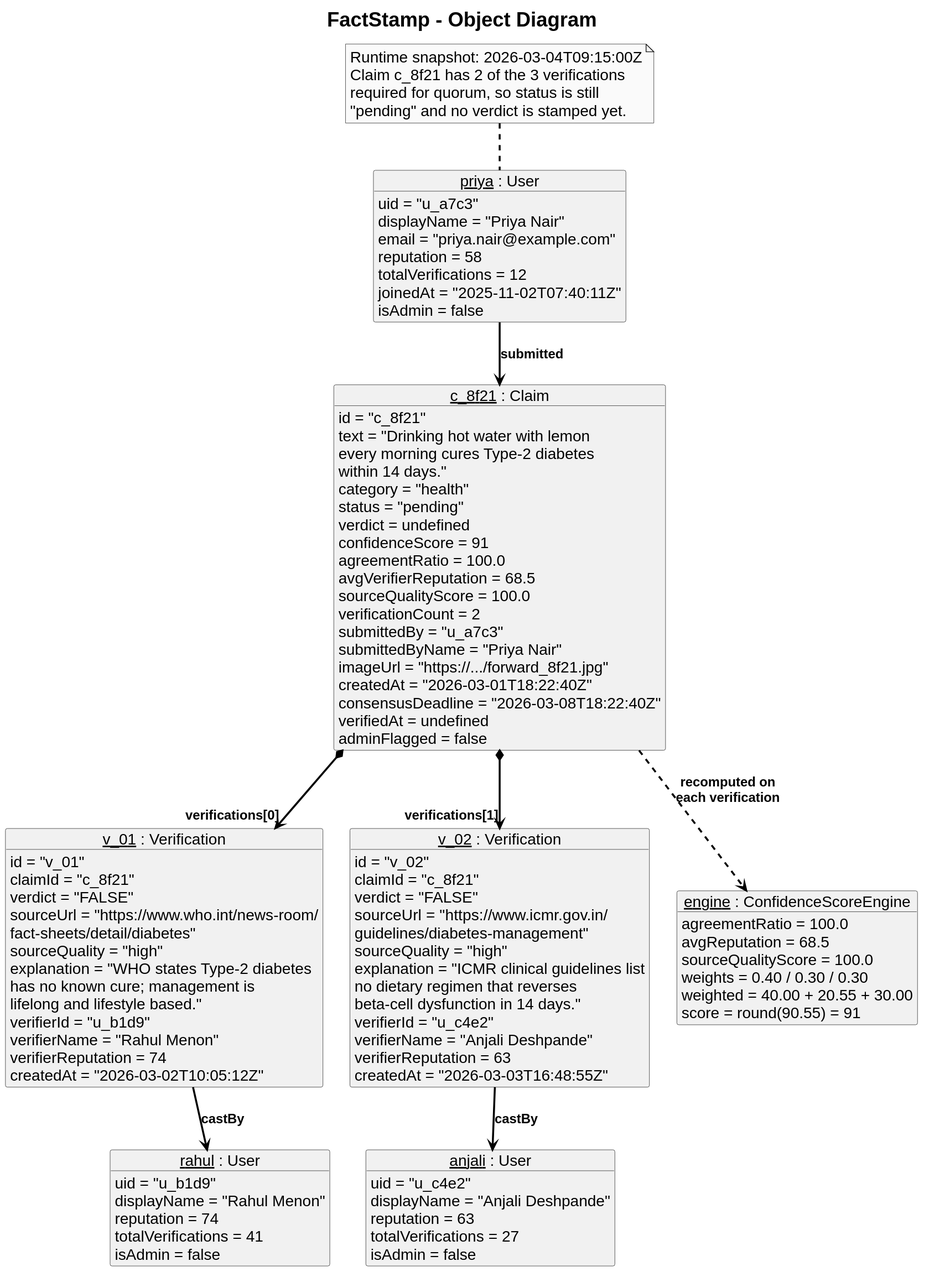
aadish0day/typst keeps this PlantUML diagram as FactStamp/black_book_draft/03_Requirements_and_Analysis/attachments/object_diagram.svg. Above is the earlier version. The source it was exported from:
```plantuml
@startuml
skinparam style strictuml
skinparam monochrome true
skinparam defaultFontName "Liberation Sans"
skinparam defaultFontSize 20
skinparam defaultFontStyle bold
skinparam titleFontSize 26
skinparam titleFontStyle bold

skinparam backgroundColor white
skinparam ArrowColor black
skinparam ArrowThickness 2.5
skinparam ArrowFontSize 17
skinparam ArrowFontStyle bold

skinparam EntityBorderColor black
skinparam EntityBorderThickness 2.5
skinparam EntityBackgroundColor #F8F9FA
skinparam EntityFontSize 22
skinparam EntityFontStyle bold

skinparam ClassBorderColor black
skinparam ClassBorderThickness 2.5
skinparam ClassBackgroundColor #F8F9FA
skinparam ClassFontSize 22
skinparam ClassFontStyle bold
skinparam ClassAttributeFontSize 18

title FactStamp - Object Diagram

note as SnapshotNote
  Runtime snapshot: 2026-03-04T09:15:00Z
  Claim c_8f21 has 2 of the 3 verifications
  required for quorum, so status is still
  "pending" and no verdict is stamped yet.
end note

object "priya : User" as submitter {
  uid = "u_a7c3"
  displayName = "Priya Nair"
  email = "priya.nair@example.com"
  reputation = 58
  totalVerifications = 12
  joinedAt = "2025-11-02T07:40:11Z"
  isAdmin = false
}

object "c_8f21 : Claim" as claim {
  id = "c_8f21"
  text = "Drinking hot water with lemon
  every morning cures Type-2 diabetes
  within 14 days."
  category = "health"
  status = "pending"
  verdict = undefined
  confidenceScore = 91
  agreementRatio = 100.0
  avgVerifierReputation = 68.5
  sourceQualityScore = 100.0
  verificationCount = 2
  submittedBy = "u_a7c3"
  submittedByName = "Priya Nair"
  imageUrl = "https://.../forward_8f21.jpg"
  createdAt = "2026-03-01T18:22:40Z"
  consensusDeadline = "2026-03-08T18:22:40Z"
  verifiedAt = undefined
  adminFlagged = false
}

object "v_01 : Verification" as v1 {
  id = "v_01"
  claimId = "c_8f21"
  verdict = "FALSE"
  sourceUrl = "https://www.who.int/news-room/
  fact-sheets/detail/diabetes"
  sourceQuality = "high"
  explanation = "WHO states Type-2 diabetes
  has no known cure; management is
  lifelong and lifestyle based."
  verifierId = "u_b1d9"
  verifierName = "Rahul Menon"
  verifierReputation = 74
  createdAt = "2026-03-02T10:05:12Z"
}

object "v_02 : Verification" as v2 {
  id = "v_02"
  claimId = "c_8f21"
  verdict = "FALSE"
  sourceUrl = "https://www.icmr.gov.in/
  guidelines/diabetes-management"
  sourceQuality = "high"
  explanation = "ICMR clinical guidelines list
  no dietary regimen that reverses
  beta-cell dysfunction in 14 days."
  verifierId = "u_c4e2"
  verifierName = "Anjali Deshpande"
  verifierReputation = 63
  createdAt = "2026-03-03T16:48:55Z"
}

object "rahul : User" as verifier1 {
  uid = "u_b1d9"
  displayName = "Rahul Menon"
  reputation = 74
  totalVerifications = 41
  isAdmin = false
}

object "anjali : User" as verifier2 {
  uid = "u_c4e2"
  displayName = "Anjali Deshpande"
  reputation = 63
  totalVerifications = 27
  isAdmin = false
}

object "engine : ConfidenceScoreEngine" as engine {
  agreementRatio = 100.0
  avgReputation = 68.5
  sourceQualityScore = 100.0
  weights = 0.40 / 0.30 / 0.30
  weighted = 40.00 + 20.55 + 30.00
  score = round(90.55) = 91
}

SnapshotNote .. submitter
submitter --> claim : submitted
claim *--> "verifications[0]" v1
claim *--> "verifications[1]" v2
claim ..> engine : recomputed on\neach verification
v1 --> verifier1 : castBy
v2 --> verifier2 : castBy

verifier1 -[hidden]right- verifier2
@enduml
```
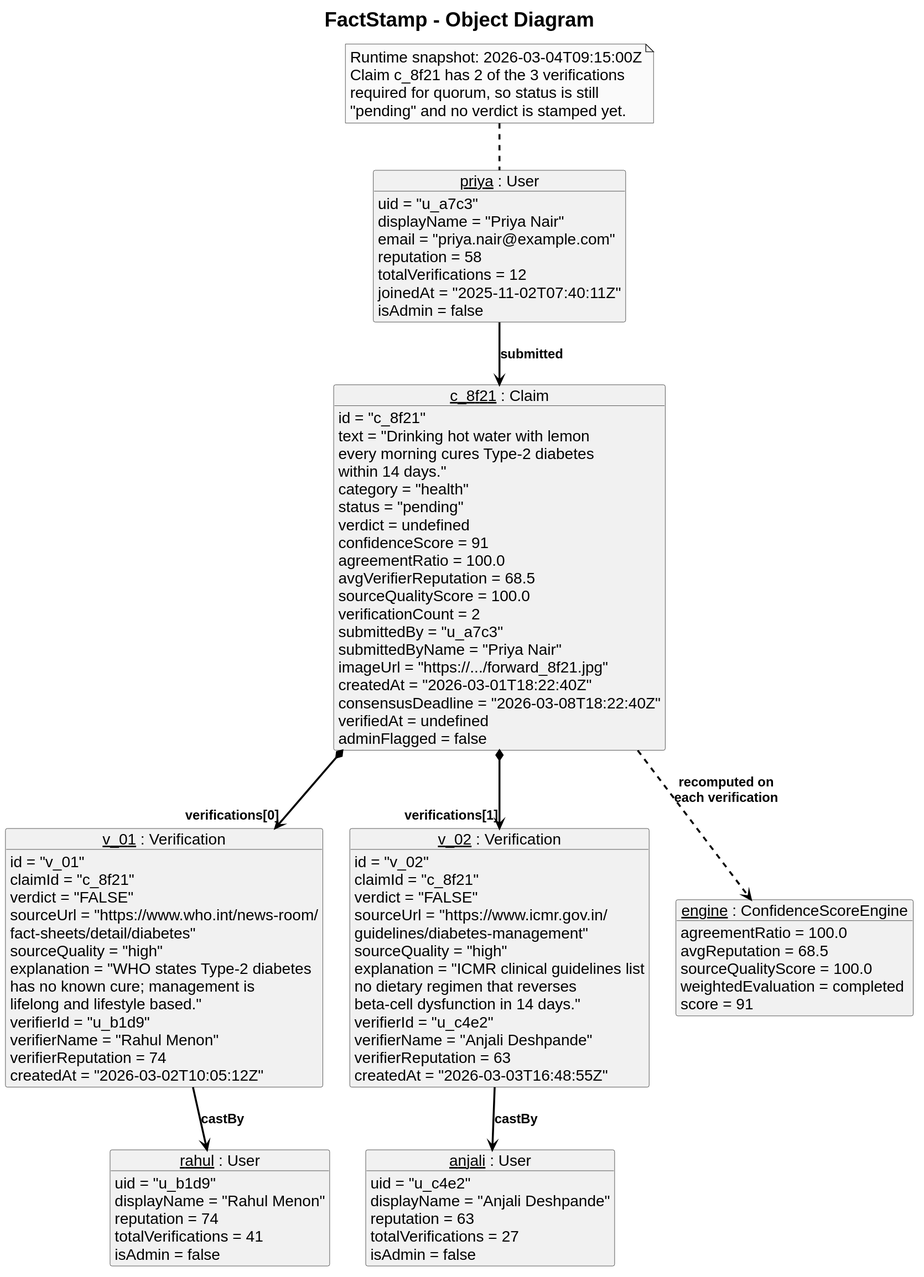
The same diagram one commit later.

The edit, as a diff of the source:
```diff
@@ -119,9 +119,8 @@
   agreementRatio = 100.0
   avgReputation = 68.5
   sourceQualityScore = 100.0
-  weights = 0.40 / 0.30 / 0.30
-  weighted = 40.00 + 20.55 + 30.00
-  score = round(90.55) = 91
+  weightedEvaluation = completed
+  score = 91
 }
 
 SnapshotNote .. submitter
```
